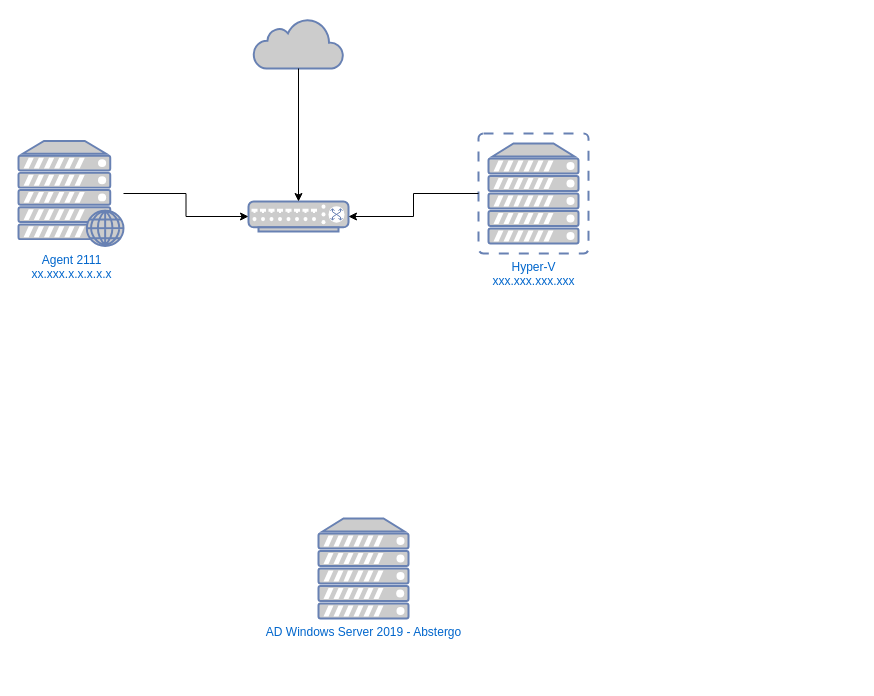
Earlier version of the draw.io diagram CarteduReseau.drawio (CharifMah/AbstergoAnimus). Source tidied: cells renumbered, new cells numbered last; positions are measured from the earlier drawing's top-left corner, leaving out a move shared by most shapes. Both pictures are drawn from the tidied source at 100%, with x=0, y=0 at pixel (18, 18).
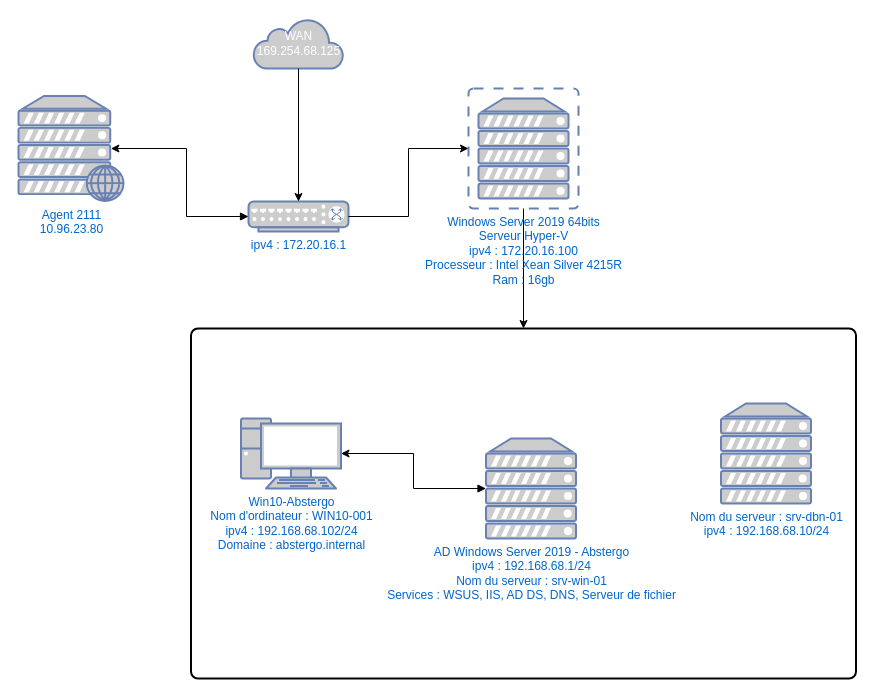
The same page after the edit.

Change to the diagram source:
```diff
@@
 <mxGraphModel>
   <root>
     <mxCell id="0" />
     <mxCell id="1" parent="0" />
+    <mxCell id="10" style="edgeStyle=orthogonalEdgeStyle;rounded=0;jettySize=auto;html=1;entryX=0.5;entryY=0;entryDx=0;entryDy=0;" parent="1" edge="1" source="2" target="12">
+      <mxGeometry relative="1" as="geometry" />
+    </mxCell>
-    <mxCell id="2" value="Hyper-V&lt;br&gt;xxx.xxx.xxx.xxx" style="fontColor=#0066CC;verticalAlign=top;verticalLabelPosition=bottom;labelPosition=center;align=center;html=1;outlineConnect=0;fillColor=#CCCCCC;strokeColor=#6881B3;gradientColor=none;gradientDirection=north;strokeWidth=2;shape=mxgraph.networks.virtual_server;" parent="1" vertex="1">
-      <mxGeometry x="460" y="115" width="110" height="120" as="geometry" />
+    <mxCell id="2" value="Windows Server 2019 64bits&lt;br&gt;Serveur Hyper-V&lt;br&gt;ipv4 : 172.20.16.100&lt;br&gt;Processeur : Intel Xean Silver 4215R&lt;br&gt;Ram : 16gb" style="fontColor=#0066CC;verticalAlign=top;verticalLabelPosition=bottom;labelPosition=center;align=center;html=1;outlineConnect=0;fillColor=#CCCCCC;strokeColor=#6881B3;gradientColor=none;gradientDirection=north;strokeWidth=2;shape=mxgraph.networks.virtual_server;" parent="1" vertex="1">
+      <mxGeometry x="450" y="70" width="110" height="120" as="geometry" />
     </mxCell>
-    <mxCell id="3" value="Agent 2111&lt;br&gt;xx.xxx.x.x.x.x.x" style="fontColor=#0066CC;verticalAlign=top;verticalLabelPosition=bottom;labelPosition=center;align=center;html=1;outlineConnect=0;fillColor=#CCCCCC;strokeColor=#6881B3;gradientColor=none;gradientDirection=north;strokeWidth=2;shape=mxgraph.networks.web_server;" parent="1" vertex="1">
-      <mxGeometry y="122.5" width="105" height="105" as="geometry" />
+    <mxCell id="3" value="Agent 2111&lt;br&gt;10.96.23.80" style="fontColor=#0066CC;verticalAlign=top;verticalLabelPosition=bottom;labelPosition=center;align=center;html=1;outlineConnect=0;fillColor=#CCCCCC;strokeColor=#6881B3;gradientColor=none;gradientDirection=north;strokeWidth=2;shape=mxgraph.networks.web_server;" parent="1" vertex="1">
+      <mxGeometry y="77.5" width="105" height="105" as="geometry" />
     </mxCell>
-    <mxCell id="4" style="fontColor=#0066CC;verticalAlign=top;verticalLabelPosition=bottom;labelPosition=center;align=center;html=1;outlineConnect=0;fillColor=#CCCCCC;strokeColor=#6881B3;gradientColor=none;gradientDirection=north;strokeWidth=2;shape=mxgraph.networks.switch;" parent="1" vertex="1">
+    <mxCell id="4" value="ipv4 : 172.20.16.1" style="fontColor=#0066CC;verticalAlign=top;verticalLabelPosition=bottom;labelPosition=center;align=center;html=1;outlineConnect=0;fillColor=#CCCCCC;strokeColor=#6881B3;gradientColor=none;gradientDirection=north;strokeWidth=2;shape=mxgraph.networks.switch;" parent="1" vertex="1">
       <mxGeometry x="230" y="183" width="100" height="30" as="geometry" />
     </mxCell>
-    <mxCell id="5" style="edgeStyle=orthogonalEdgeStyle;rounded=0;jettySize=auto;html=1;entryX=1;entryY=0.5;entryDx=0;entryDy=0;entryPerimeter=0;" parent="1" edge="1" source="2" target="4">
-      <mxGeometry relative="1" as="geometry" />
-    </mxCell>
-    <mxCell id="6" style="edgeStyle=orthogonalEdgeStyle;rounded=0;jettySize=auto;html=1;entryX=0;entryY=0.5;entryDx=0;entryDy=0;entryPerimeter=0;" parent="1" edge="1" source="3" target="4">
-      <mxGeometry relative="1" as="geometry" />
-    </mxCell>
-    <mxCell id="7" style="html=1;outlineConnect=0;fillColor=#CCCCCC;strokeColor=#6881B3;gradientColor=none;gradientDirection=north;strokeWidth=2;shape=mxgraph.networks.cloud;fontColor=#ffffff;" parent="1" vertex="1">
+    <mxCell id="7" value="WAN&lt;br&gt;169.254.68.125" style="html=1;outlineConnect=0;fillColor=#CCCCCC;strokeColor=#6881B3;gradientColor=none;gradientDirection=north;strokeWidth=2;shape=mxgraph.networks.cloud;fontColor=#ffffff;" parent="1" vertex="1">
       <mxGeometry x="235" width="90" height="50" as="geometry" />
     </mxCell>
     <mxCell id="8" style="edgeStyle=orthogonalEdgeStyle;rounded=0;jettySize=auto;html=1;entryX=0.5;entryY=0;entryDx=0;entryDy=0;entryPerimeter=0;" parent="1" edge="1" source="7" target="4">
       <mxGeometry relative="1" as="geometry" />
     </mxCell>
+    <mxCell id="11" style="group;" parent="1" vertex="1">
+      <mxGeometry x="172.5" y="310" width="665" height="350" as="geometry" />
+    </mxCell>
+    <mxCell id="12" style="rounded=1;whiteSpace=wrap;html=1;absoluteArcSize=1;arcSize=14;strokeWidth=2;" parent="11" vertex="1">
+      <mxGeometry width="665" height="350" as="geometry" />
+    </mxCell>
-    <mxCell id="9" value="AD Windows Server 2019 - Abstergo" style="fontColor=#0066CC;verticalAlign=top;verticalLabelPosition=bottom;labelPosition=center;align=center;html=1;outlineConnect=0;fillColor=#CCCCCC;strokeColor=#6881B3;gradientColor=none;gradientDirection=north;strokeWidth=2;shape=mxgraph.networks.server;" parent="1" vertex="1">
-      <mxGeometry x="300" y="500" width="90" height="100" as="geometry" />
+    <mxCell id="9" value="AD Windows Server 2019 - Abstergo&lt;br&gt;ipv4 : 192.168.68.1/24&lt;br&gt;Nom du serveur : srv-win-01&lt;br&gt;Services : WSUS, IIS, AD DS, DNS, Serveur de fichier" style="fontColor=#0066CC;verticalAlign=top;verticalLabelPosition=bottom;labelPosition=center;align=center;html=1;outlineConnect=0;fillColor=#CCCCCC;strokeColor=#6881B3;gradientColor=none;gradientDirection=north;strokeWidth=2;shape=mxgraph.networks.server;" parent="11" vertex="1">
+      <mxGeometry x="295" y="110" width="90" height="100" as="geometry" />
     </mxCell>
+    <mxCell id="13" value="Win10-Abstergo&lt;br&gt;Nom d'ordinateur : WIN10-001&lt;br&gt;ipv4 : 192.168.68.102/24&lt;br&gt;Domaine : abstergo.internal" style="fontColor=#0066CC;verticalAlign=top;verticalLabelPosition=bottom;labelPosition=center;align=center;html=1;outlineConnect=0;fillColor=#CCCCCC;strokeColor=#6881B3;gradientColor=none;gradientDirection=north;strokeWidth=2;shape=mxgraph.networks.pc;" parent="11" vertex="1">
+      <mxGeometry x="50" y="90" width="100" height="70" as="geometry" />
+    </mxCell>
+    <mxCell id="14" value="Nom du serveur : srv-dbn-01&lt;br&gt;ipv4 : 192.168.68.10/24" style="fontColor=#0066CC;verticalAlign=top;verticalLabelPosition=bottom;labelPosition=center;align=center;html=1;fillColor=#CCCCCC;strokeColor=#6881B3;gradientColor=none;gradientDirection=north;strokeWidth=2;shape=mxgraph.networks.server;" parent="11" vertex="1">
+      <mxGeometry x="530" y="75" width="90" height="100" as="geometry" />
+    </mxCell>
+    <mxCell id="15" style="edgeStyle=orthogonalEdgeStyle;rounded=0;jettySize=auto;html=1;entryX=1;entryY=0.5;entryDx=0;entryDy=0;entryPerimeter=0;startArrow=block;startFill=1;" parent="11" edge="1" source="9" target="13">
+      <mxGeometry relative="1" as="geometry" />
+    </mxCell>
+    <mxCell id="16" style="edgeStyle=orthogonalEdgeStyle;rounded=0;jettySize=auto;html=1;entryX=0;entryY=0.5;entryDx=0;entryDy=0;entryPerimeter=0;" parent="1" edge="1" source="4" target="2">
+      <mxGeometry relative="1" as="geometry" />
+    </mxCell>
+    <mxCell id="17" style="edgeStyle=orthogonalEdgeStyle;rounded=0;jettySize=auto;html=1;entryX=0.88;entryY=0.5;entryDx=0;entryDy=0;entryPerimeter=0;startArrow=block;startFill=1;" parent="1" edge="1" source="4" target="3">
+      <mxGeometry relative="1" as="geometry">
+        <Array as="points">
+          <mxPoint x="168" y="198" />
+          <mxPoint x="168" y="130" />
+        </Array>
+      </mxGeometry>
+    </mxCell>
   </root>
 </mxGraphModel>
```
